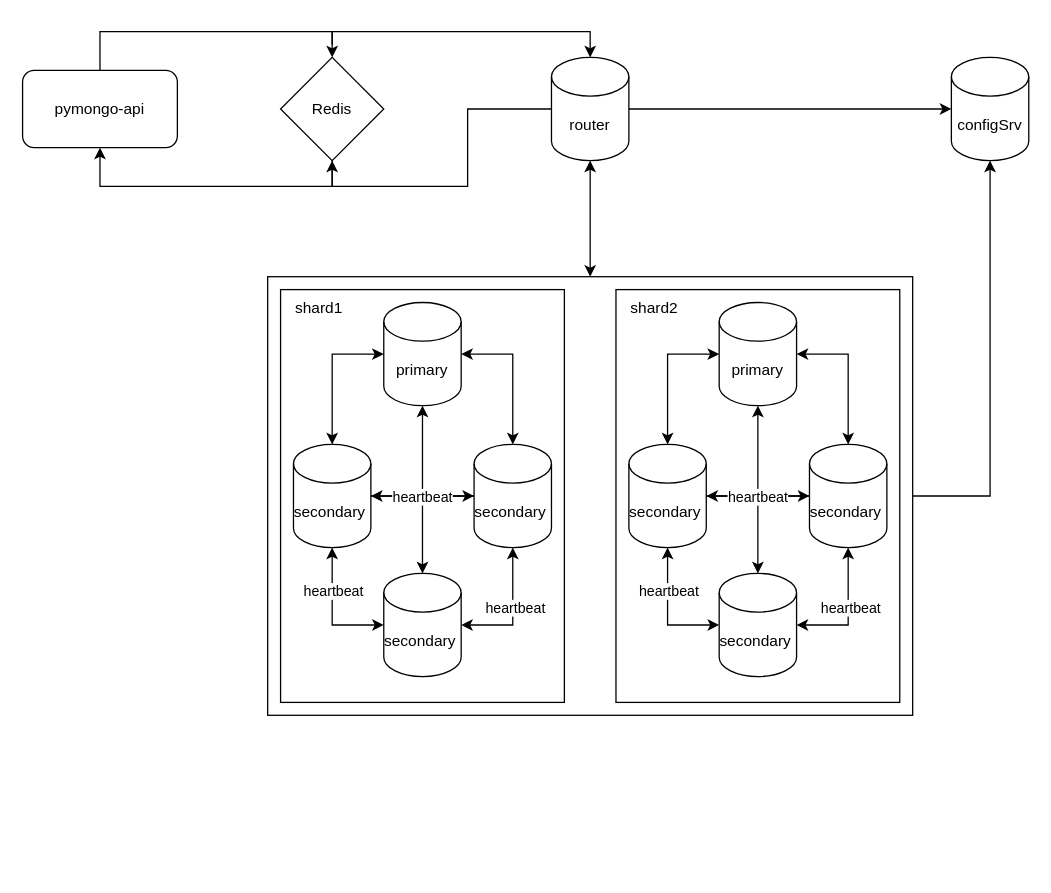
Before: diagrams/task3.drawio in Alteracia/practicum_black-friday, a draw.io diagram. Source tidied: cells renumbered, new cells numbered last; positions are measured from the earlier drawing's top-left corner, leaving out a move shared by most shapes. Both pictures are drawn from the tidied source at 129%, with x=0, y=0 at pixel (22, 31).
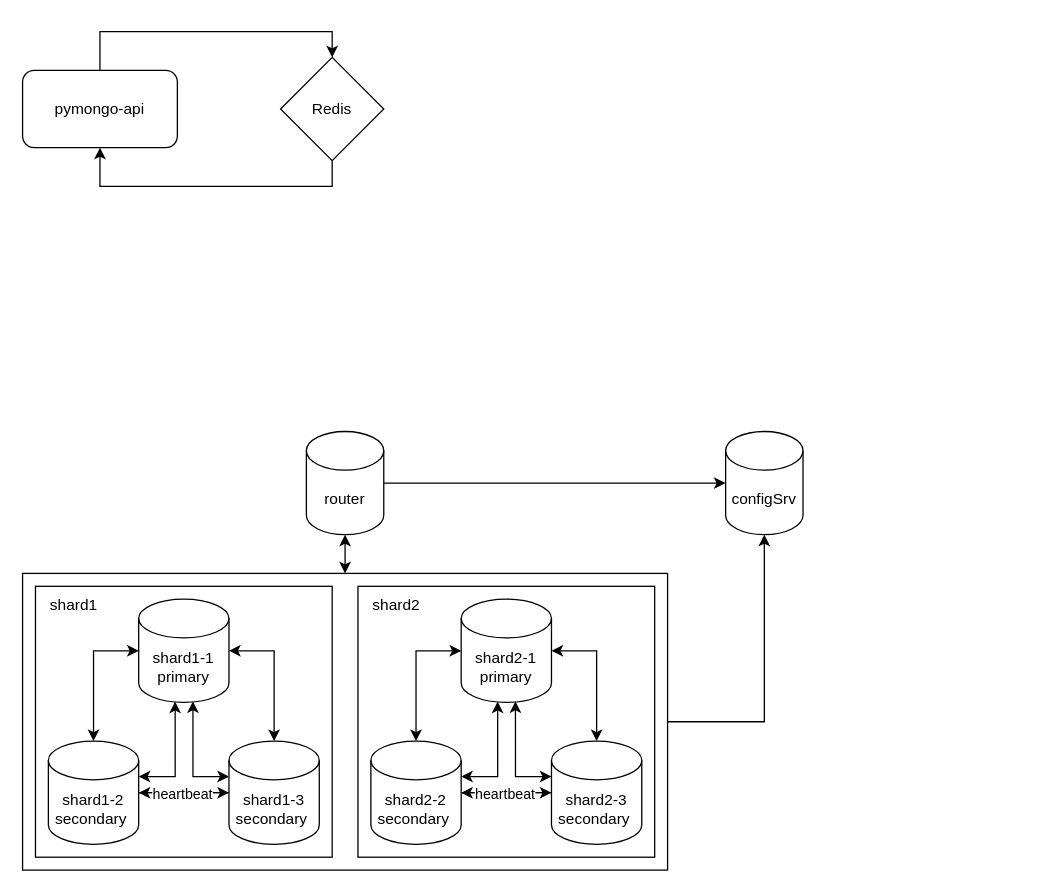
The same page after the edit.

The change refers to these unchanged cells:
```xml
<mxCell id="44" value="Redis" style="rhombus;whiteSpace=wrap;html=1;" parent="1" vertex="1">
  <mxGeometry x="200" y="20" width="80" height="80" as="geometry" />
</mxCell>
```

The edit, as a diff of the source:
```diff
@@
-    <mxCell id="2" style="rounded=0;whiteSpace=wrap;html=1;" parent="1" vertex="1">
-      <mxGeometry x="190" y="190" width="500" height="340" as="geometry" />
-    </mxCell>
-    <mxCell id="3" style="rounded=0;whiteSpace=wrap;html=1;" parent="1" vertex="1">
-      <mxGeometry x="200" y="200" width="220" height="320" as="geometry" />
-    </mxCell>
-    <mxCell id="4" style="edgeStyle=orthogonalEdgeStyle;rounded=0;jettySize=auto;html=1;startArrow=classic;startFill=1;" parent="1" edge="1" source="5" target="17">
-      <mxGeometry relative="1" as="geometry" />
-    </mxCell>
-    <mxCell id="5" value="primary" style="shape=cylinder3;whiteSpace=wrap;html=1;boundedLbl=1;backgroundOutline=1;size=15;" parent="1" vertex="1">
-      <mxGeometry x="280" y="210" width="60" height="80" as="geometry" />
-    </mxCell>
@@
-    <mxCell id="8" style="edgeStyle=orthogonalEdgeStyle;rounded=0;jettySize=auto;html=1;entryX=0.5;entryY=1;entryDx=0;entryDy=0;" parent="1" edge="1" source="9" target="44">
-      <mxGeometry relative="1" as="geometry" />
-    </mxCell>
     <mxCell id="9" value="router" style="shape=cylinder3;whiteSpace=wrap;html=1;boundedLbl=1;backgroundOutline=1;size=15;" parent="1" vertex="1">
-      <mxGeometry x="410" y="20" width="60" height="80" as="geometry" />
+      <mxGeometry x="220" y="310" width="60" height="80" as="geometry" />
     </mxCell>
-    <mxCell id="10" style="edgeStyle=orthogonalEdgeStyle;rounded=0;jettySize=auto;html=1;startArrow=classic;startFill=1;" parent="1" edge="1" source="9" target="2">
+    <mxCell id="10" style="edgeStyle=orthogonalEdgeStyle;rounded=0;jettySize=auto;html=1;startArrow=classic;startFill=1;entryX=0.5;entryY=0;entryDx=0;entryDy=0;" parent="1" edge="1" source="9" target="46">
       <mxGeometry relative="1" as="geometry" />
     </mxCell>
     <mxCell id="11" value="configSrv" style="shape=cylinder3;whiteSpace=wrap;html=1;boundedLbl=1;backgroundOutline=1;size=15;" parent="1" vertex="1">
-      <mxGeometry x="720" y="20" width="60" height="80" as="geometry" />
+      <mxGeometry x="545" y="310" width="60" height="80" as="geometry" />
     </mxCell>
@@
-    <mxCell id="13" style="edgeStyle=orthogonalEdgeStyle;rounded=0;jettySize=auto;html=1;entryX=1;entryY=0.5;entryDx=0;entryDy=0;exitX=0.5;exitY=1;exitDx=0;exitDy=0;exitPerimeter=0;endArrow=none;endFill=0;startArrow=classic;startFill=1;" parent="1" edge="1" source="11" target="2">
+    <mxCell id="13" style="edgeStyle=orthogonalEdgeStyle;rounded=0;jettySize=auto;html=1;entryX=1;entryY=0.5;entryDx=0;entryDy=0;exitX=0.5;exitY=1;exitDx=0;exitDy=0;exitPerimeter=0;endArrow=none;endFill=0;startArrow=classic;startFill=1;" parent="1" edge="1" source="11" target="46">
       <mxGeometry relative="1" as="geometry" />
     </mxCell>
-    <mxCell id="14" style="edgeStyle=orthogonalEdgeStyle;rounded=0;jettySize=auto;html=1;" parent="1" edge="1" source="15" target="17">
-      <mxGeometry relative="1" as="geometry" />
-    </mxCell>
-    <mxCell id="15" value="secondary&amp;nbsp;" style="shape=cylinder3;whiteSpace=wrap;html=1;boundedLbl=1;backgroundOutline=1;size=15;" parent="1" vertex="1">
-      <mxGeometry x="210" y="320" width="60" height="80" as="geometry" />
-    </mxCell>
-    <mxCell id="16" value="secondary&amp;nbsp;" style="shape=cylinder3;whiteSpace=wrap;html=1;boundedLbl=1;backgroundOutline=1;size=15;" parent="1" vertex="1">
-      <mxGeometry x="280" y="420" width="60" height="80" as="geometry" />
-    </mxCell>
-    <mxCell id="17" value="secondary&amp;nbsp;" style="shape=cylinder3;whiteSpace=wrap;html=1;boundedLbl=1;backgroundOutline=1;size=15;" parent="1" vertex="1">
-      <mxGeometry x="350" y="320" width="60" height="80" as="geometry" />
-    </mxCell>
-    <mxCell id="18" value="shard1" style="text;html=1;strokeColor=none;fillColor=none;align=center;verticalAlign=middle;whiteSpace=wrap;rounded=0;" parent="1" vertex="1">
-      <mxGeometry x="200" y="200" width="60" height="30" as="geometry" />
-    </mxCell>
-    <mxCell id="19" style="edgeStyle=orthogonalEdgeStyle;rounded=0;jettySize=auto;html=1;entryX=0.5;entryY=0;entryDx=0;entryDy=0;entryPerimeter=0;startArrow=classic;startFill=1;" parent="1" edge="1" source="5" target="15">
-      <mxGeometry relative="1" as="geometry" />
-    </mxCell>
-    <mxCell id="20" style="edgeStyle=orthogonalEdgeStyle;rounded=0;jettySize=auto;html=1;entryX=0.5;entryY=0;entryDx=0;entryDy=0;entryPerimeter=0;startArrow=classic;startFill=1;" parent="1" edge="1" source="5" target="16">
-      <mxGeometry relative="1" as="geometry" />
-    </mxCell>
-    <mxCell id="21" style="edgeStyle=orthogonalEdgeStyle;rounded=0;jettySize=auto;html=1;entryX=1;entryY=0.5;entryDx=0;entryDy=0;entryPerimeter=0;" parent="1" edge="1" source="17" target="15">
-      <mxGeometry relative="1" as="geometry" />
-    </mxCell>
-    <mxCell id="22" value="heartbeat" style="edgeLabel;html=1;align=center;verticalAlign=middle;" parent="21" vertex="1">
-      <mxGeometry x="-0.21" relative="1" as="geometry">
-        <mxPoint x="-9" as="offset" />
-      </mxGeometry>
-    </mxCell>
-    <mxCell id="23" style="edgeStyle=orthogonalEdgeStyle;rounded=0;jettySize=auto;html=1;exitX=0.5;exitY=1;exitDx=0;exitDy=0;exitPerimeter=0;entryX=1;entryY=0.5;entryDx=0;entryDy=0;entryPerimeter=0;startArrow=classic;startFill=1;" parent="1" edge="1" source="17" target="16">
-      <mxGeometry relative="1" as="geometry" />
-    </mxCell>
-    <mxCell id="24" value="heartbeat" style="edgeLabel;html=1;align=center;verticalAlign=middle;" parent="23" vertex="1">
-      <mxGeometry x="-0.08" y="1" relative="1" as="geometry" />
-    </mxCell>
-    <mxCell id="25" style="edgeStyle=orthogonalEdgeStyle;rounded=0;jettySize=auto;html=1;entryX=0;entryY=0.5;entryDx=0;entryDy=0;entryPerimeter=0;exitX=0.5;exitY=1;exitDx=0;exitDy=0;exitPerimeter=0;startArrow=classic;startFill=1;" parent="1" edge="1" source="15" target="16">
-      <mxGeometry relative="1" as="geometry" />
-    </mxCell>
-    <mxCell id="26" value="heartbeat" style="edgeLabel;html=1;align=center;verticalAlign=middle;" parent="25" vertex="1">
-      <mxGeometry x="-0.35" relative="1" as="geometry" />
-    </mxCell>
-    <mxCell id="27" style="rounded=0;whiteSpace=wrap;html=1;" parent="1" vertex="1">
-      <mxGeometry x="460" y="200" width="220" height="320" as="geometry" />
-    </mxCell>
-    <mxCell id="28" style="edgeStyle=orthogonalEdgeStyle;rounded=0;jettySize=auto;html=1;startArrow=classic;startFill=1;" parent="1" edge="1" source="29" target="33">
-      <mxGeometry relative="1" as="geometry" />
-    </mxCell>
-    <mxCell id="29" value="primary" style="shape=cylinder3;whiteSpace=wrap;html=1;boundedLbl=1;backgroundOutline=1;size=15;" parent="1" vertex="1">
-      <mxGeometry x="540" y="210" width="60" height="80" as="geometry" />
-    </mxCell>
-    <mxCell id="30" style="edgeStyle=orthogonalEdgeStyle;rounded=0;jettySize=auto;html=1;" parent="1" edge="1" source="31" target="33">
-      <mxGeometry relative="1" as="geometry" />
-    </mxCell>
-    <mxCell id="31" value="secondary&amp;nbsp;" style="shape=cylinder3;whiteSpace=wrap;html=1;boundedLbl=1;backgroundOutline=1;size=15;" parent="1" vertex="1">
-      <mxGeometry x="470" y="320" width="60" height="80" as="geometry" />
-    </mxCell>
-    <mxCell id="32" value="secondary&amp;nbsp;" style="shape=cylinder3;whiteSpace=wrap;html=1;boundedLbl=1;backgroundOutline=1;size=15;" parent="1" vertex="1">
-      <mxGeometry x="540" y="420" width="60" height="80" as="geometry" />
-    </mxCell>
-    <mxCell id="33" value="secondary&amp;nbsp;" style="shape=cylinder3;whiteSpace=wrap;html=1;boundedLbl=1;backgroundOutline=1;size=15;" parent="1" vertex="1">
-      <mxGeometry x="610" y="320" width="60" height="80" as="geometry" />
-    </mxCell>
-    <mxCell id="34" value="shard2" style="text;html=1;strokeColor=none;fillColor=none;align=center;verticalAlign=middle;whiteSpace=wrap;rounded=0;" parent="1" vertex="1">
-      <mxGeometry x="460" y="200" width="60" height="30" as="geometry" />
-    </mxCell>
-    <mxCell id="35" style="edgeStyle=orthogonalEdgeStyle;rounded=0;jettySize=auto;html=1;entryX=0.5;entryY=0;entryDx=0;entryDy=0;entryPerimeter=0;startArrow=classic;startFill=1;" parent="1" edge="1" source="29" target="31">
-      <mxGeometry relative="1" as="geometry" />
-    </mxCell>
-    <mxCell id="36" style="edgeStyle=orthogonalEdgeStyle;rounded=0;jettySize=auto;html=1;entryX=0.5;entryY=0;entryDx=0;entryDy=0;entryPerimeter=0;startArrow=classic;startFill=1;" parent="1" edge="1" source="29" target="32">
-      <mxGeometry relative="1" as="geometry" />
-    </mxCell>
-    <mxCell id="37" style="edgeStyle=orthogonalEdgeStyle;rounded=0;jettySize=auto;html=1;entryX=1;entryY=0.5;entryDx=0;entryDy=0;entryPerimeter=0;" parent="1" edge="1" source="33" target="31">
-      <mxGeometry relative="1" as="geometry" />
-    </mxCell>
-    <mxCell id="38" value="heartbeat" style="edgeLabel;html=1;align=center;verticalAlign=middle;" parent="37" vertex="1">
-      <mxGeometry x="-0.21" relative="1" as="geometry">
-        <mxPoint x="-9" as="offset" />
-      </mxGeometry>
-    </mxCell>
-    <mxCell id="39" style="edgeStyle=orthogonalEdgeStyle;rounded=0;jettySize=auto;html=1;exitX=0.5;exitY=1;exitDx=0;exitDy=0;exitPerimeter=0;entryX=1;entryY=0.5;entryDx=0;entryDy=0;entryPerimeter=0;startArrow=classic;startFill=1;" parent="1" edge="1" source="33" target="32">
-      <mxGeometry relative="1" as="geometry" />
-    </mxCell>
-    <mxCell id="40" value="heartbeat" style="edgeLabel;html=1;align=center;verticalAlign=middle;" parent="39" vertex="1">
-      <mxGeometry x="-0.08" y="1" relative="1" as="geometry" />
-    </mxCell>
-    <mxCell id="41" style="edgeStyle=orthogonalEdgeStyle;rounded=0;jettySize=auto;html=1;entryX=0;entryY=0.5;entryDx=0;entryDy=0;entryPerimeter=0;exitX=0.5;exitY=1;exitDx=0;exitDy=0;exitPerimeter=0;startArrow=classic;startFill=1;" parent="1" edge="1" source="31" target="32">
-      <mxGeometry relative="1" as="geometry" />
-    </mxCell>
-    <mxCell id="42" value="heartbeat" style="edgeLabel;html=1;align=center;verticalAlign=middle;" parent="41" vertex="1">
-      <mxGeometry x="-0.35" relative="1" as="geometry" />
-    </mxCell>
@@
-    <mxCell id="45" style="edgeStyle=orthogonalEdgeStyle;rounded=0;jettySize=auto;html=1;entryX=0.5;entryY=0;entryDx=0;entryDy=0;entryPerimeter=0;" parent="1" edge="1" target="9">
-      <mxGeometry relative="1" as="geometry">
-        <mxPoint x="240" y="10" as="sourcePoint" />
-        <Array as="points">
-          <mxPoint x="240" />
-          <mxPoint x="440" />
-        </Array>
-      </mxGeometry>
-    </mxCell>
+    <mxCell id="46" style="rounded=0;whiteSpace=wrap;html=1;" parent="1" vertex="1">
+      <mxGeometry y="420" width="500" height="230" as="geometry" />
+    </mxCell>
+    <mxCell id="47" style="rounded=0;whiteSpace=wrap;html=1;" parent="1" vertex="1">
+      <mxGeometry x="10" y="430" width="230" height="210" as="geometry" />
+    </mxCell>
+    <mxCell id="48" style="edgeStyle=orthogonalEdgeStyle;rounded=0;jettySize=auto;html=1;startArrow=classic;startFill=1;exitX=1;exitY=0.5;exitDx=0;exitDy=0;exitPerimeter=0;" parent="1" edge="1" source="49" target="52">
+      <mxGeometry relative="1" as="geometry" />
+    </mxCell>
+    <mxCell id="49" value="shard1-1&lt;br&gt;primary" style="shape=cylinder3;whiteSpace=wrap;html=1;boundedLbl=1;backgroundOutline=1;size=15;" parent="1" vertex="1">
+      <mxGeometry x="90" y="440" width="70" height="80" as="geometry" />
+    </mxCell>
+    <mxCell id="50" style="edgeStyle=orthogonalEdgeStyle;rounded=0;jettySize=auto;html=1;" parent="1" edge="1" source="51" target="52">
+      <mxGeometry relative="1" as="geometry" />
+    </mxCell>
+    <mxCell id="51" value="shard1-2&lt;br&gt;secondary&amp;nbsp;" style="shape=cylinder3;whiteSpace=wrap;html=1;boundedLbl=1;backgroundOutline=1;size=15;" parent="1" vertex="1">
+      <mxGeometry x="20" y="550" width="70" height="80" as="geometry" />
+    </mxCell>
+    <mxCell id="52" value="shard1-3&lt;br&gt;secondary&amp;nbsp;" style="shape=cylinder3;whiteSpace=wrap;html=1;boundedLbl=1;backgroundOutline=1;size=15;" parent="1" vertex="1">
+      <mxGeometry x="160" y="550" width="70" height="80" as="geometry" />
+    </mxCell>
+    <mxCell id="18" value="shard1" style="text;html=1;strokeColor=none;fillColor=none;align=center;verticalAlign=middle;whiteSpace=wrap;rounded=0;" parent="1" vertex="1">
+      <mxGeometry x="10" y="430" width="60" height="30" as="geometry" />
+    </mxCell>
+    <mxCell id="53" style="edgeStyle=orthogonalEdgeStyle;rounded=0;jettySize=auto;html=1;entryX=0.5;entryY=0;entryDx=0;entryDy=0;entryPerimeter=0;startArrow=classic;startFill=1;exitX=0;exitY=0.5;exitDx=0;exitDy=0;exitPerimeter=0;" parent="1" edge="1" source="49" target="51">
+      <mxGeometry relative="1" as="geometry" />
+    </mxCell>
+    <mxCell id="54" style="edgeStyle=orthogonalEdgeStyle;rounded=0;jettySize=auto;html=1;startArrow=classic;startFill=1;entryX=1;entryY=0;entryDx=0;entryDy=27.5;entryPerimeter=0;exitX=0.404;exitY=0.991;exitDx=0;exitDy=0;exitPerimeter=0;" parent="1" edge="1" source="49" target="51">
+      <mxGeometry relative="1" as="geometry" />
+    </mxCell>
+    <mxCell id="55" style="edgeStyle=orthogonalEdgeStyle;rounded=0;jettySize=auto;html=1;entryX=1;entryY=0.5;entryDx=0;entryDy=0;entryPerimeter=0;" parent="1" edge="1" source="52" target="51">
+      <mxGeometry relative="1" as="geometry" />
+    </mxCell>
+    <mxCell id="56" value="heartbeat" style="edgeLabel;html=1;align=center;verticalAlign=middle;" parent="55" vertex="1">
+      <mxGeometry x="-0.21" relative="1" as="geometry">
+        <mxPoint x="-9" as="offset" />
+      </mxGeometry>
+    </mxCell>
+    <mxCell id="57" style="edgeStyle=orthogonalEdgeStyle;rounded=0;jettySize=auto;html=1;exitX=0;exitY=0;exitDx=0;exitDy=27.5;exitPerimeter=0;entryX=0.601;entryY=0.989;entryDx=0;entryDy=0;entryPerimeter=0;startArrow=classic;startFill=1;" parent="1" edge="1" source="52" target="49">
+      <mxGeometry relative="1" as="geometry" />
+    </mxCell>
+    <mxCell id="58" style="rounded=0;whiteSpace=wrap;html=1;" parent="1" vertex="1">
+      <mxGeometry x="260" y="430" width="230" height="210" as="geometry" />
+    </mxCell>
+    <mxCell id="59" style="edgeStyle=orthogonalEdgeStyle;rounded=0;jettySize=auto;html=1;startArrow=classic;startFill=1;exitX=1;exitY=0.5;exitDx=0;exitDy=0;exitPerimeter=0;" parent="1" edge="1" source="60" target="63">
+      <mxGeometry relative="1" as="geometry" />
+    </mxCell>
+    <mxCell id="60" value="shard2-1&lt;br&gt;primary" style="shape=cylinder3;whiteSpace=wrap;html=1;boundedLbl=1;backgroundOutline=1;size=15;" parent="1" vertex="1">
+      <mxGeometry x="340" y="440" width="70" height="80" as="geometry" />
+    </mxCell>
+    <mxCell id="61" style="edgeStyle=orthogonalEdgeStyle;rounded=0;jettySize=auto;html=1;" parent="1" edge="1" source="62" target="63">
+      <mxGeometry relative="1" as="geometry" />
+    </mxCell>
+    <mxCell id="62" value="shard2-2&lt;br&gt;secondary&amp;nbsp;" style="shape=cylinder3;whiteSpace=wrap;html=1;boundedLbl=1;backgroundOutline=1;size=15;" parent="1" vertex="1">
+      <mxGeometry x="270" y="550" width="70" height="80" as="geometry" />
+    </mxCell>
+    <mxCell id="63" value="shard2-3&lt;br&gt;secondary&amp;nbsp;" style="shape=cylinder3;whiteSpace=wrap;html=1;boundedLbl=1;backgroundOutline=1;size=15;" parent="1" vertex="1">
+      <mxGeometry x="410" y="550" width="70" height="80" as="geometry" />
+    </mxCell>
+    <mxCell id="34" value="shard2" style="text;html=1;strokeColor=none;fillColor=none;align=center;verticalAlign=middle;whiteSpace=wrap;rounded=0;" parent="1" vertex="1">
+      <mxGeometry x="260" y="430" width="60" height="30" as="geometry" />
+    </mxCell>
+    <mxCell id="64" style="edgeStyle=orthogonalEdgeStyle;rounded=0;jettySize=auto;html=1;entryX=0.5;entryY=0;entryDx=0;entryDy=0;entryPerimeter=0;startArrow=classic;startFill=1;exitX=0;exitY=0.5;exitDx=0;exitDy=0;exitPerimeter=0;" parent="1" edge="1" source="60" target="62">
+      <mxGeometry relative="1" as="geometry" />
+    </mxCell>
+    <mxCell id="65" style="edgeStyle=orthogonalEdgeStyle;rounded=0;jettySize=auto;html=1;startArrow=classic;startFill=1;entryX=1;entryY=0;entryDx=0;entryDy=27.5;entryPerimeter=0;exitX=0.404;exitY=0.991;exitDx=0;exitDy=0;exitPerimeter=0;" parent="1" edge="1" source="60" target="62">
+      <mxGeometry relative="1" as="geometry" />
+    </mxCell>
+    <mxCell id="66" style="edgeStyle=orthogonalEdgeStyle;rounded=0;jettySize=auto;html=1;entryX=1;entryY=0.5;entryDx=0;entryDy=0;entryPerimeter=0;" parent="1" edge="1" source="63" target="62">
+      <mxGeometry relative="1" as="geometry" />
+    </mxCell>
+    <mxCell id="67" value="heartbeat" style="edgeLabel;html=1;align=center;verticalAlign=middle;" parent="66" vertex="1">
+      <mxGeometry x="-0.21" relative="1" as="geometry">
+        <mxPoint x="-9" as="offset" />
+      </mxGeometry>
+    </mxCell>
+    <mxCell id="68" style="edgeStyle=orthogonalEdgeStyle;rounded=0;jettySize=auto;html=1;exitX=0;exitY=0;exitDx=0;exitDy=27.5;exitPerimeter=0;entryX=0.601;entryY=0.989;entryDx=0;entryDy=0;entryPerimeter=0;startArrow=classic;startFill=1;" parent="1" edge="1" source="63" target="60">
+      <mxGeometry relative="1" as="geometry" />
+    </mxCell>
```
